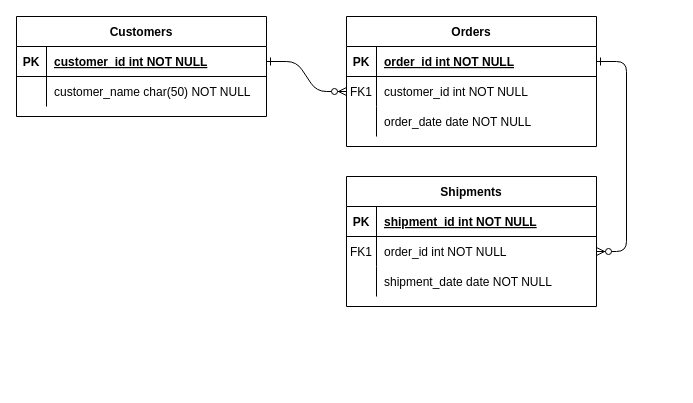
RomanLizak/postgreSQL keeps this draw.io diagram as Untitled Diagram.drawio. Above is the earlier version. Source tidied: cells renumbered, new cells numbered last; positions are measured from the earlier drawing's top-left corner, leaving out a move shared by most shapes. Both pictures are drawn from the tidied source at 100%, with x=0, y=0 at pixel (16, 16).
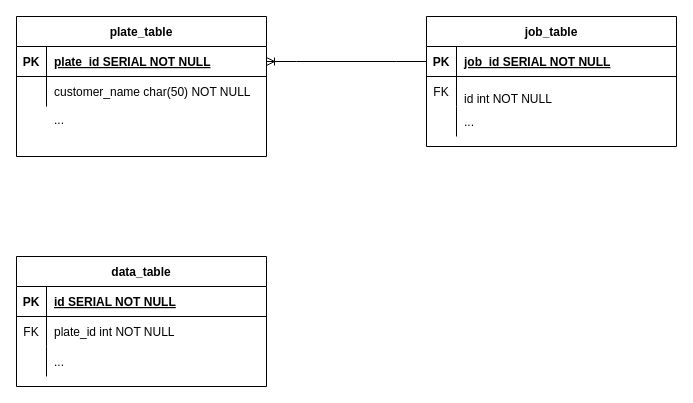
The same page after the edit.

The change refers to these unchanged cells:
```xml
<mxCell id="5" style="shape=partialRectangle;fillColor=none;points=[[0,0.5],[1,0.5]];portConstraint=eastwest;top=0;left=0;right=0;bottom=1;" parent="4" vertex="1">
  <mxGeometry y="30" width="250" height="30" as="geometry" />
</mxCell>
<mxCell id="8" style="shape=partialRectangle;fillColor=none;points=[[0,0.5],[1,0.5]];portConstraint=eastwest;top=0;left=0;right=0;bottom=0;" parent="4" vertex="1">
  <mxGeometry y="60" width="250" height="30" as="geometry" />
</mxCell>
<mxCell id="11" style="shape=partialRectangle;fillColor=none;top=0;left=0;right=0;bottom=0;" parent="4" vertex="1">
  <mxGeometry y="90" width="250" height="30" as="geometry" />
</mxCell>
<mxCell id="15" style="shape=partialRectangle;fillColor=none;top=0;left=0;right=0;bottom=1;" parent="14" vertex="1">
  <mxGeometry y="30" width="250" height="30" as="geometry" />
</mxCell>
<mxCell id="18" style="shape=partialRectangle;fillColor=none;points=[[0,0.5],[1,0.5]];portConstraint=eastwest;top=0;left=0;right=0;bottom=0;" parent="14" vertex="1">
  <mxGeometry y="60" width="250" height="30" as="geometry" />
</mxCell>
<mxCell id="21" style="shape=partialRectangle;fillColor=none;top=0;left=0;right=0;bottom=0;" parent="14" vertex="1">
  <mxGeometry y="90" width="250" height="30" as="geometry" />
</mxCell>
<mxCell id="25" style="shape=partialRectangle;fillColor=none;points=[[0,0.5],[1,0.5]];portConstraint=eastwest;top=0;left=0;right=0;bottom=1;" parent="24" vertex="1">
  <mxGeometry y="30" width="250" height="30" as="geometry" />
</mxCell>
```

The edit, as a diff of the source:
```diff
@@
-    <mxCell id="2" style="edgeStyle=entityRelationEdgeStyle;endArrow=ERzeroToMany;startArrow=ERone;endFill=1;startFill=0;" parent="1" edge="1" source="25" target="8">
-      <mxGeometry relative="1" as="geometry" />
-    </mxCell>
-    <mxCell id="3" style="edgeStyle=entityRelationEdgeStyle;endArrow=ERzeroToMany;startArrow=ERone;endFill=1;startFill=0;" parent="1" edge="1" source="5" target="18">
-      <mxGeometry relative="1" as="geometry" />
-    </mxCell>
-    <mxCell id="4" value="Orders" style="shape=table;startSize=30;childLayout=tableLayout;rowLines=0;fontStyle=1;align=center;" parent="1" vertex="1">
-      <mxGeometry x="330" width="250" height="130" as="geometry" />
+    <mxCell id="4" value="job_table" style="shape=table;startSize=30;childLayout=tableLayout;rowLines=0;fontStyle=1;align=center;" parent="1" vertex="1">
+      <mxGeometry x="410" width="250" height="130" as="geometry" />
     </mxCell>
@@
-    <mxCell id="7" value="order_id int NOT NULL " style="shape=partialRectangle;overflow=hidden;fillColor=none;top=0;left=0;bottom=0;right=0;align=left;spacingLeft=6;fontStyle=5;" parent="5" vertex="1">
+    <mxCell id="7" value="job_id SERIAL NOT NULL " style="shape=partialRectangle;overflow=hidden;fillColor=none;top=0;left=0;bottom=0;right=0;align=left;spacingLeft=6;fontStyle=5;" parent="5" vertex="1">
       <mxGeometry x="30" width="220" height="30" as="geometry" />
     </mxCell>
@@
-    <mxCell id="9" value="FK1" style="shape=partialRectangle;overflow=hidden;fillColor=none;top=0;left=0;bottom=0;right=0;" parent="8" vertex="1">
+    <mxCell id="9" value="FK" style="shape=partialRectangle;overflow=hidden;fillColor=none;top=0;left=0;bottom=0;right=0;" parent="8" vertex="1">
       <mxGeometry width="30" height="30" as="geometry" />
     </mxCell>
-    <mxCell id="10" value="customer_id int NOT NULL" style="shape=partialRectangle;overflow=hidden;fillColor=none;top=0;left=0;bottom=0;right=0;align=left;spacingLeft=6;" parent="8" vertex="1">
+    <mxCell id="10" value="&#10;id int NOT NULL" style="shape=partialRectangle;overflow=hidden;fillColor=none;top=0;left=0;bottom=0;right=0;align=left;spacingLeft=6;" parent="8" vertex="1">
       <mxGeometry x="30" width="220" height="30" as="geometry" />
     </mxCell>
@@
-    <mxCell id="13" value="order_date date NOT NULL" style="shape=partialRectangle;overflow=hidden;fillColor=none;top=0;left=0;bottom=0;right=0;align=left;spacingLeft=6;" parent="11" vertex="1">
+    <mxCell id="13" value="..." style="shape=partialRectangle;overflow=hidden;fillColor=none;top=0;left=0;bottom=0;right=0;align=left;spacingLeft=6;" parent="11" vertex="1">
       <mxGeometry x="30" width="220" height="30" as="geometry" />
     </mxCell>
-    <mxCell id="14" value="Shipments" style="shape=table;startSize=30;childLayout=tableLayout;rowLines=0;fontStyle=1;align=center;" parent="1" vertex="1">
-      <mxGeometry x="330" y="160" width="250" height="130" as="geometry" />
+    <mxCell id="14" value="data_table" style="shape=table;startSize=30;childLayout=tableLayout;rowLines=0;fontStyle=1;align=center;" parent="1" vertex="1">
+      <mxGeometry y="240" width="250" height="130" as="geometry" />
     </mxCell>
@@
-    <mxCell id="17" value="shipment_id int NOT NULL " style="shape=partialRectangle;overflow=hidden;fillColor=none;top=0;left=0;bottom=0;right=0;align=left;spacingLeft=6;fontStyle=5;" parent="15" vertex="1">
+    <mxCell id="17" value="id SERIAL NOT NULL " style="shape=partialRectangle;overflow=hidden;fillColor=none;top=0;left=0;bottom=0;right=0;align=left;spacingLeft=6;fontStyle=5;" parent="15" vertex="1">
       <mxGeometry x="30" width="220" height="30" as="geometry" />
     </mxCell>
@@
-    <mxCell id="19" value="FK1" style="shape=partialRectangle;overflow=hidden;fillColor=none;top=0;left=0;bottom=0;right=0;" parent="18" vertex="1">
+    <mxCell id="19" value="FK" style="shape=partialRectangle;overflow=hidden;fillColor=none;top=0;left=0;bottom=0;right=0;" parent="18" vertex="1">
       <mxGeometry width="30" height="30" as="geometry" />
     </mxCell>
-    <mxCell id="20" value="order_id int NOT NULL" style="shape=partialRectangle;overflow=hidden;fillColor=none;top=0;left=0;bottom=0;right=0;align=left;spacingLeft=6;" parent="18" vertex="1">
+    <mxCell id="20" value="plate_id int NOT NULL" style="shape=partialRectangle;overflow=hidden;fillColor=none;top=0;left=0;bottom=0;right=0;align=left;spacingLeft=6;" parent="18" vertex="1">
       <mxGeometry x="30" width="220" height="30" as="geometry" />
     </mxCell>
@@
-    <mxCell id="23" value="shipment_date date NOT NULL" style="shape=partialRectangle;overflow=hidden;fillColor=none;top=0;left=0;bottom=0;right=0;align=left;spacingLeft=6;" parent="21" vertex="1">
+    <mxCell id="23" value="..." style="shape=partialRectangle;overflow=hidden;fillColor=none;top=0;left=0;bottom=0;right=0;align=left;spacingLeft=6;" parent="21" vertex="1">
       <mxGeometry x="30" width="220" height="30" as="geometry" />
     </mxCell>
-    <mxCell id="24" value="Customers" style="shape=table;startSize=30;childLayout=tableLayout;rowLines=0;fontStyle=1;align=center;" parent="1" vertex="1">
-      <mxGeometry width="250" height="100" as="geometry" />
+    <mxCell id="24" value="plate_table" style="shape=table;startSize=30;childLayout=tableLayout;rowLines=0;fontStyle=1;align=center;" parent="1" vertex="1">
+      <mxGeometry width="250" height="140" as="geometry" />
     </mxCell>
@@
-    <mxCell id="27" value="customer_id int NOT NULL " style="shape=partialRectangle;overflow=hidden;fillColor=none;top=0;left=0;bottom=0;right=0;align=left;spacingLeft=6;fontStyle=5;" parent="25" vertex="1">
+    <mxCell id="27" value="plate_id SERIAL NOT NULL " style="shape=partialRectangle;overflow=hidden;fillColor=none;top=0;left=0;bottom=0;right=0;align=left;spacingLeft=6;fontStyle=5;" parent="25" vertex="1">
       <mxGeometry x="30" width="220" height="30" as="geometry" />
     </mxCell>
@@
+    <mxCell id="31" style="edgeStyle=entityRelationEdgeStyle;fontSize=12;html=1;endArrow=ERoneToMany;rounded=0;entryX=1;entryY=0.5;entryDx=0;entryDy=0;exitX=0;exitY=0.5;exitDx=0;exitDy=0;" parent="1" edge="1" source="5" target="25">
+      <mxGeometry relative="1" as="geometry" />
+    </mxCell>
+    <mxCell id="32" value="..." style="shape=partialRectangle;overflow=hidden;fillColor=none;top=0;left=0;bottom=0;right=0;align=left;spacingLeft=6;" parent="1" vertex="1">
+      <mxGeometry x="30" y="88" width="220" height="30" as="geometry" />
+    </mxCell>
```
